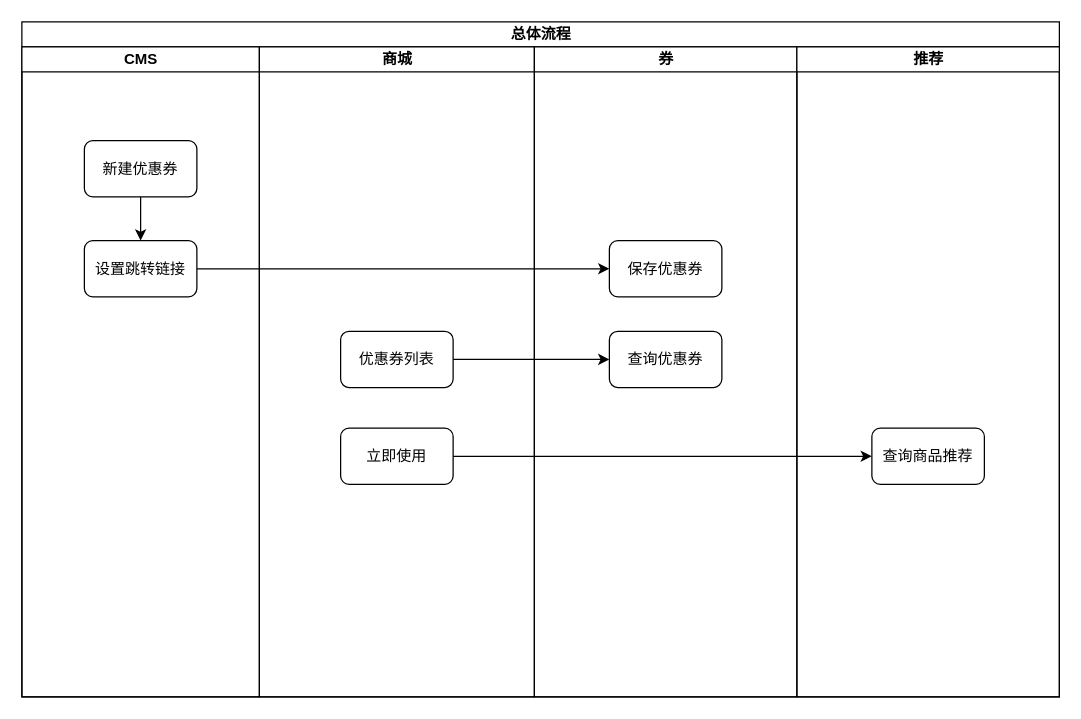
gjie1991/draw keeps this draw.io diagram as 迭代/商城优惠券列表支持跳转/总体流程.drawio. Above is the earlier version. Source tidied: cells renumbered, new cells numbered last; positions are measured from the earlier drawing's top-left corner, leaving out a move shared by most shapes. Both pictures are drawn from the tidied source at 125%, with x=0, y=0 at pixel (21, 21).
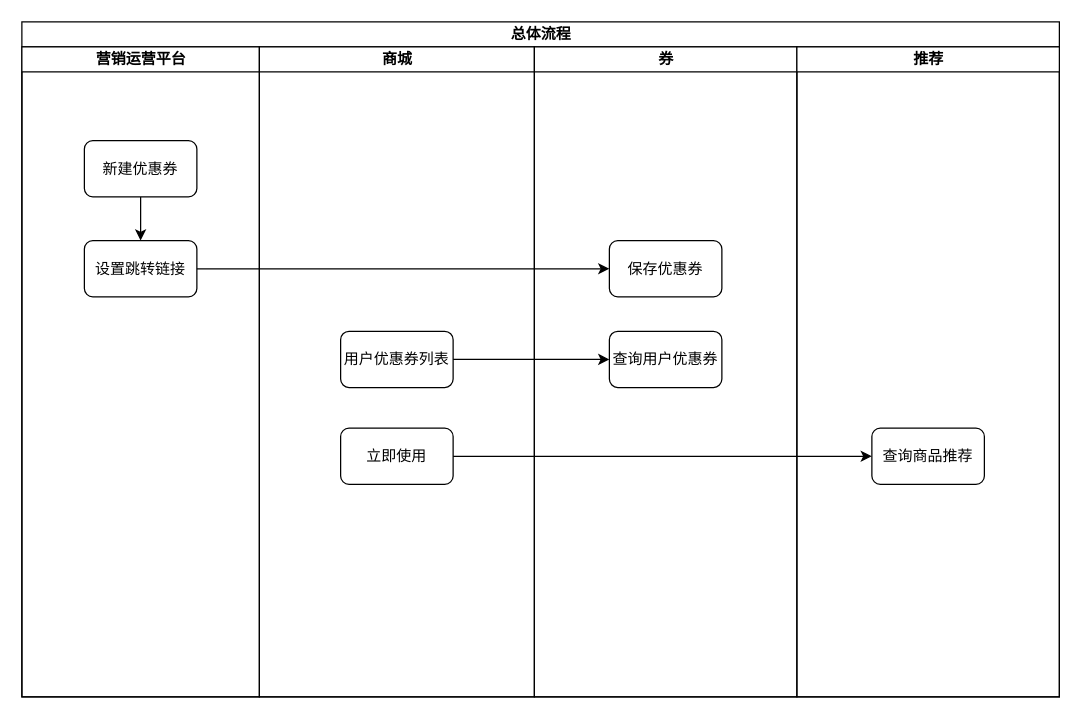
The same page after the edit.

Commit message:
更新总体流程.drawio

The edit, as a diff of the source:
```diff
@@
 <mxGraphModel>
   <root>
     <mxCell id="0" />
     <mxCell id="1" parent="0" />
     <mxCell id="2" value="总体流程" style="swimlane;startSize=20;html=1;" parent="1" vertex="1">
       <mxGeometry width="830" height="540" as="geometry" />
     </mxCell>
-    <mxCell id="3" value="CMS" style="swimlane;startSize=20;html=1;" parent="2" vertex="1">
+    <mxCell id="3" value="营销运营平台" style="swimlane;startSize=20;html=1;" parent="2" vertex="1">
       <mxGeometry y="20" width="190" height="520" as="geometry" />
     </mxCell>
     <mxCell id="4" style="edgeStyle=orthogonalEdgeStyle;rounded=0;jettySize=auto;html=1;" parent="3" edge="1" source="5" target="6">
       <mxGeometry relative="1" as="geometry" />
     </mxCell>
     <mxCell id="5" value="新建优惠券" style="rounded=1;whiteSpace=wrap;html=1;" parent="3" vertex="1">
       <mxGeometry x="50" y="75" width="90" height="45" as="geometry" />
     </mxCell>
     <mxCell id="6" value="设置跳转链接" style="rounded=1;whiteSpace=wrap;html=1;" parent="3" vertex="1">
       <mxGeometry x="50" y="155" width="90" height="45" as="geometry" />
     </mxCell>
     <mxCell id="7" value="商城" style="swimlane;startSize=20;html=1;" parent="2" vertex="1">
       <mxGeometry x="190" y="20" width="220" height="520" as="geometry" />
     </mxCell>
-    <mxCell id="8" value="优惠券列表" style="rounded=1;whiteSpace=wrap;html=1;" parent="7" vertex="1">
+    <mxCell id="8" value="用户优惠券列表" style="rounded=1;whiteSpace=wrap;html=1;" parent="7" vertex="1">
       <mxGeometry x="65" y="227.5" width="90" height="45" as="geometry" />
     </mxCell>
     <mxCell id="9" value="立即使用" style="rounded=1;whiteSpace=wrap;html=1;" parent="7" vertex="1">
       <mxGeometry x="65" y="305" width="90" height="45" as="geometry" />
     </mxCell>
     <mxCell id="10" value="券" style="swimlane;startSize=20;html=1;" parent="2" vertex="1">
       <mxGeometry x="410" y="20" width="210" height="520" as="geometry" />
     </mxCell>
     <mxCell id="11" value="保存优惠券" style="rounded=1;whiteSpace=wrap;html=1;" parent="10" vertex="1">
       <mxGeometry x="60" y="155" width="90" height="45" as="geometry" />
     </mxCell>
-    <mxCell id="12" value="查询优惠券" style="rounded=1;whiteSpace=wrap;html=1;" parent="10" vertex="1">
+    <mxCell id="12" value="查询用户优惠券" style="rounded=1;whiteSpace=wrap;html=1;" parent="10" vertex="1">
       <mxGeometry x="60" y="227.5" width="90" height="45" as="geometry" />
     </mxCell>
     <mxCell id="13" value="推荐" style="swimlane;startSize=20;html=1;" parent="2" vertex="1">
       <mxGeometry x="620" y="20" width="210" height="520" as="geometry" />
     </mxCell>
     <mxCell id="14" value="查询商品推荐" style="rounded=1;whiteSpace=wrap;html=1;" parent="13" vertex="1">
       <mxGeometry x="60" y="305" width="90" height="45" as="geometry" />
     </mxCell>
     <mxCell id="15" style="edgeStyle=orthogonalEdgeStyle;rounded=0;jettySize=auto;html=1;" parent="2" edge="1" source="6" target="11">
       <mxGeometry relative="1" as="geometry" />
     </mxCell>
     <mxCell id="16" style="edgeStyle=orthogonalEdgeStyle;rounded=0;jettySize=auto;html=1;" parent="2" edge="1" source="8" target="12">
       <mxGeometry relative="1" as="geometry" />
     </mxCell>
     <mxCell id="17" style="edgeStyle=orthogonalEdgeStyle;rounded=0;jettySize=auto;html=1;entryX=0;entryY=0.5;entryDx=0;entryDy=0;" parent="2" edge="1" source="9" target="14">
       <mxGeometry relative="1" as="geometry" />
     </mxCell>
   </root>
 </mxGraphModel>
```
